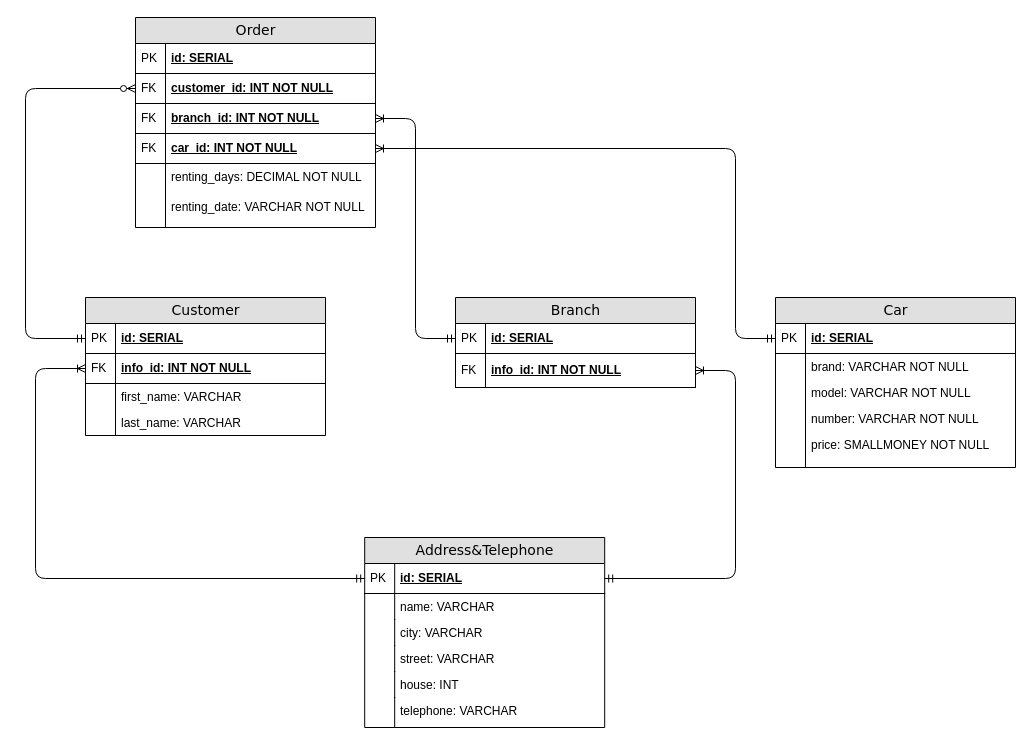
banchinche/python-education keeps this draw.io diagram as databases/car-branches/3NF.drawio. Above is the earlier version. Source tidied: cells renumbered, new cells numbered last; positions are measured from the earlier drawing's top-left corner, leaving out a move shared by most shapes. Both pictures are drawn from the tidied source at 100%, with x=0, y=0 at pixel (25, 17).
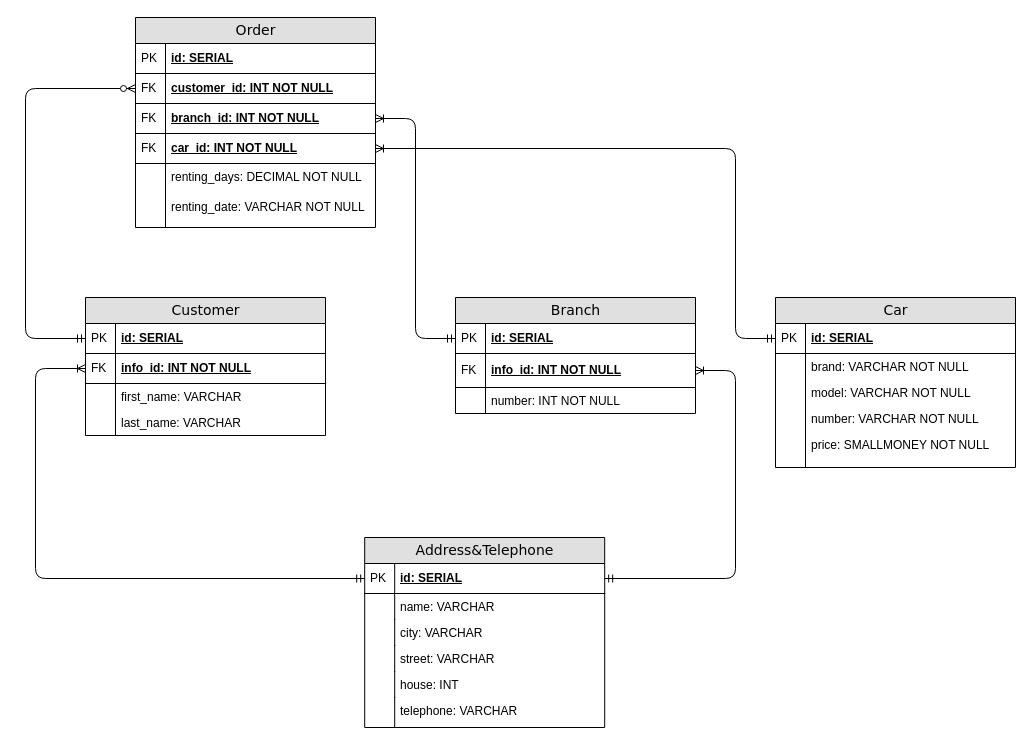
After the change.

Commit message:
Added number to branch entity

Change to the diagram source:
```diff
@@
     <mxCell id="2" value="Branch" style="swimlane;html=1;fontStyle=0;horizontal=1;startSize=26;fillColor=#e0e0e0;swimlaneFillColor=#ffffff;align=center;rounded=0;shadow=0;comic=0;labelBackgroundColor=none;strokeWidth=1;fontFamily=Verdana;fontSize=14;swimlaneLine=1;" parent="1" vertex="1">
-      <mxGeometry x="430" y="280" width="240" height="90" as="geometry" />
+      <mxGeometry x="430" y="280" width="240" height="116" as="geometry" />
     </mxCell>
@@
+    <mxCell id="58" value="number: INT NOT NULL" style="shape=partialRectangle;top=0;left=0;right=0;bottom=0;html=1;align=left;verticalAlign=top;fillColor=none;spacingLeft=34;spacingRight=4;whiteSpace=wrap;overflow=hidden;" parent="2" vertex="1">
+      <mxGeometry y="90" width="240" height="26" as="geometry" />
+    </mxCell>
+    <mxCell id="59" style="shape=partialRectangle;top=0;left=0;bottom=0;html=1;fillColor=none;align=left;verticalAlign=top;spacingLeft=4;spacingRight=4;whiteSpace=wrap;overflow=hidden;" parent="58" vertex="1">
+      <mxGeometry width="30" height="26" as="geometry" />
+    </mxCell>
```
